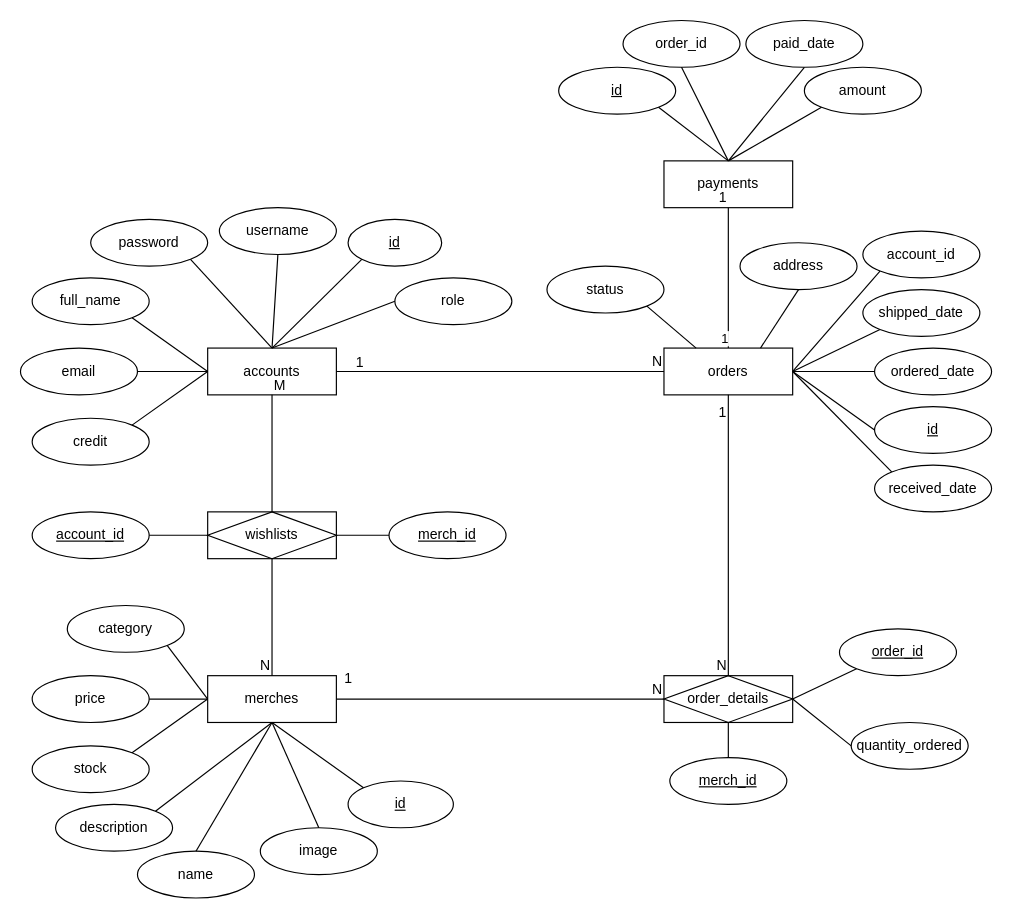
This is Untitled Diagram.drawio from GumaMohdor/Hallyuin-UTS.ver, a draw.io file, before an edit. Source tidied: cells renumbered, new cells numbered last; positions are measured from the earlier drawing's top-left corner, leaving out a move shared by most shapes. Both pictures are drawn from the tidied source at 117%, with x=0, y=0 at pixel (20, 20).
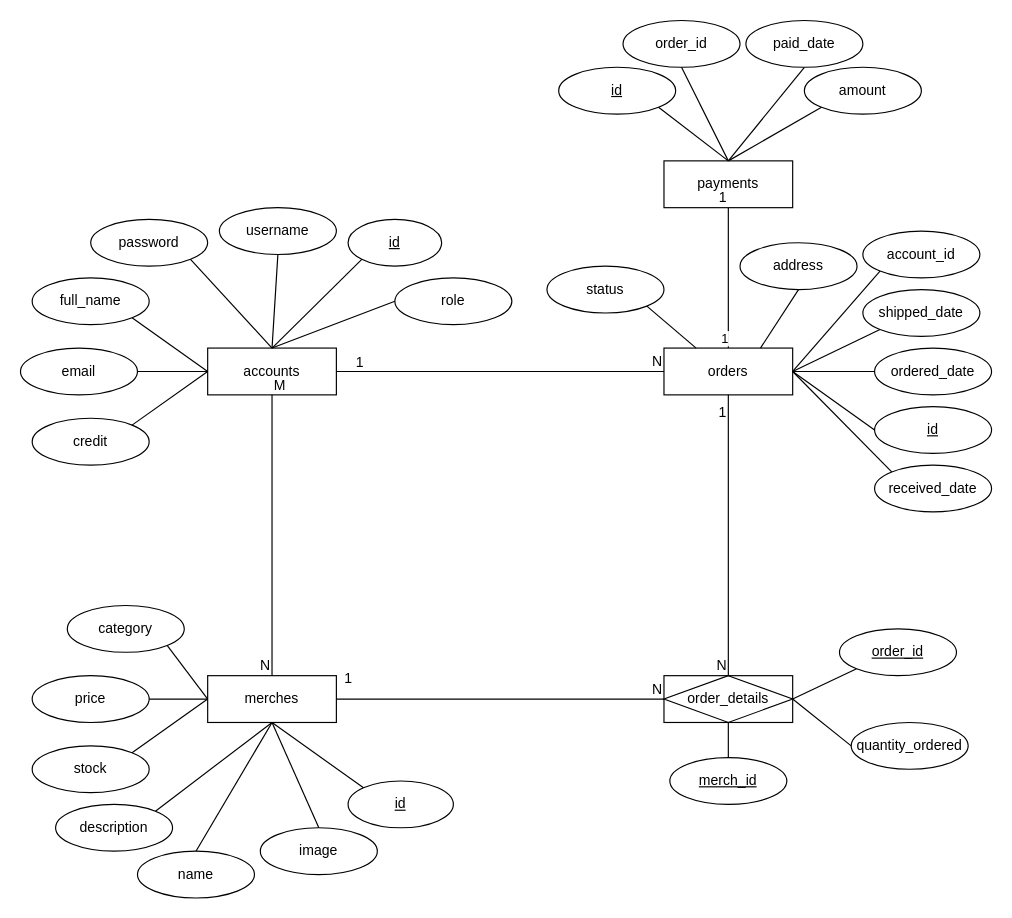
After the change.

Change to the diagram source:
```diff
@@
-    <mxCell id="31" value="wishlists" style="shape=associativeEntity;whiteSpace=wrap;html=1;align=center;" parent="1" vertex="1">
-      <mxGeometry x="160" y="420" width="110" height="40" as="geometry" />
-    </mxCell>
-    <mxCell id="32" value="account_id" style="ellipse;whiteSpace=wrap;html=1;align=center;fontStyle=4;" parent="1" vertex="1">
-      <mxGeometry x="10" y="420" width="100" height="40" as="geometry" />
-    </mxCell>
-    <mxCell id="33" style="endArrow=none;html=1;rounded=0;exitX=1;exitY=0.5;exitDx=0;exitDy=0;entryX=0;entryY=0.5;entryDx=0;entryDy=0;" parent="1" edge="1" source="32" target="31">
-      <mxGeometry relative="1" as="geometry" />
-    </mxCell>
-    <mxCell id="34" style="endArrow=none;html=1;rounded=0;exitX=1;exitY=0.5;exitDx=0;exitDy=0;entryX=0;entryY=0.5;entryDx=0;entryDy=0;" parent="1" edge="1" source="31" target="64">
-      <mxGeometry relative="1" as="geometry" />
-    </mxCell>
@@
-    <mxCell id="64" value="merch_id" style="ellipse;whiteSpace=wrap;html=1;align=center;fontStyle=4;" parent="1" vertex="1">
-      <mxGeometry x="315" y="420" width="100" height="40" as="geometry" />
-    </mxCell>
```
